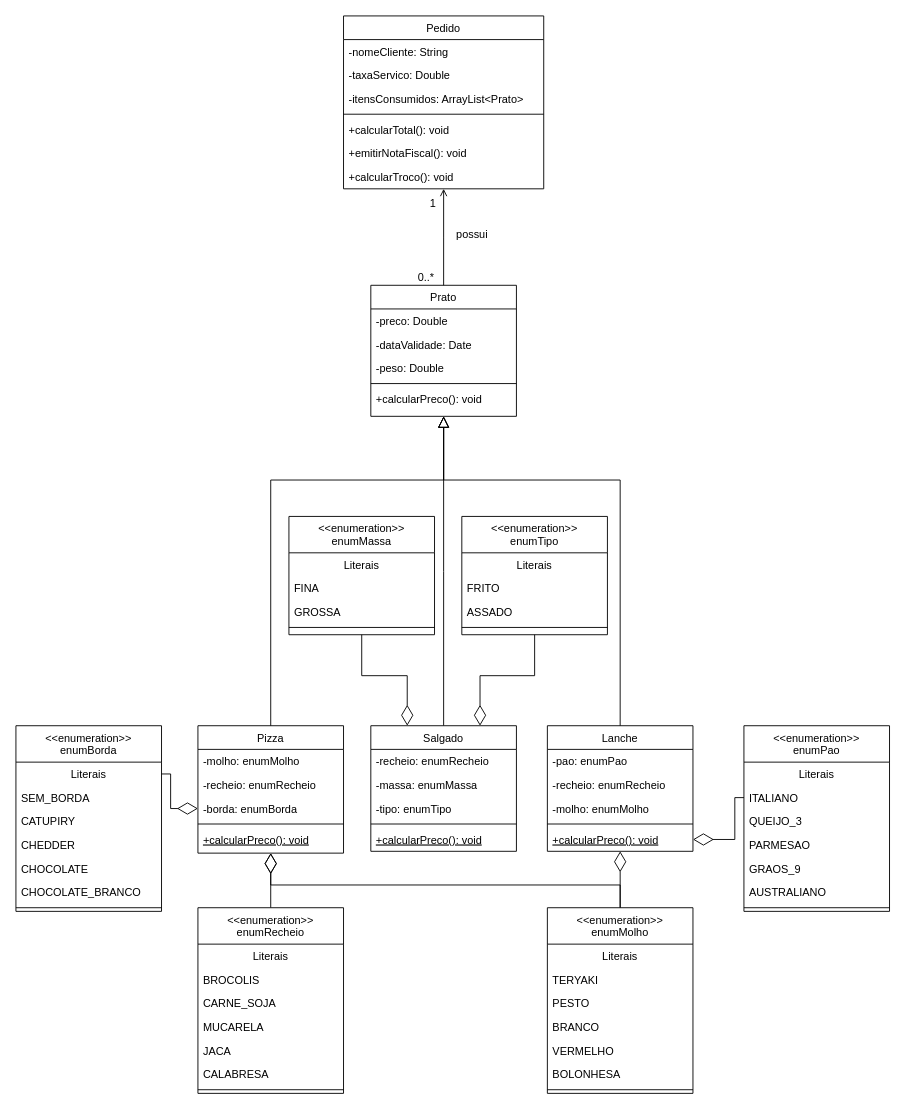
The draw.io diagram c001-java-review/poc-quase-tres-lacnhes.drawio in gabrieIbarboza/ifsp-api-and-microservice, before the edit. Source tidied: cells renumbered, new cells numbered last; positions are measured from the earlier drawing's top-left corner, leaving out a move shared by most shapes. Both pictures are drawn from the tidied source at 91%, with x=0, y=0 at pixel (15, 15).
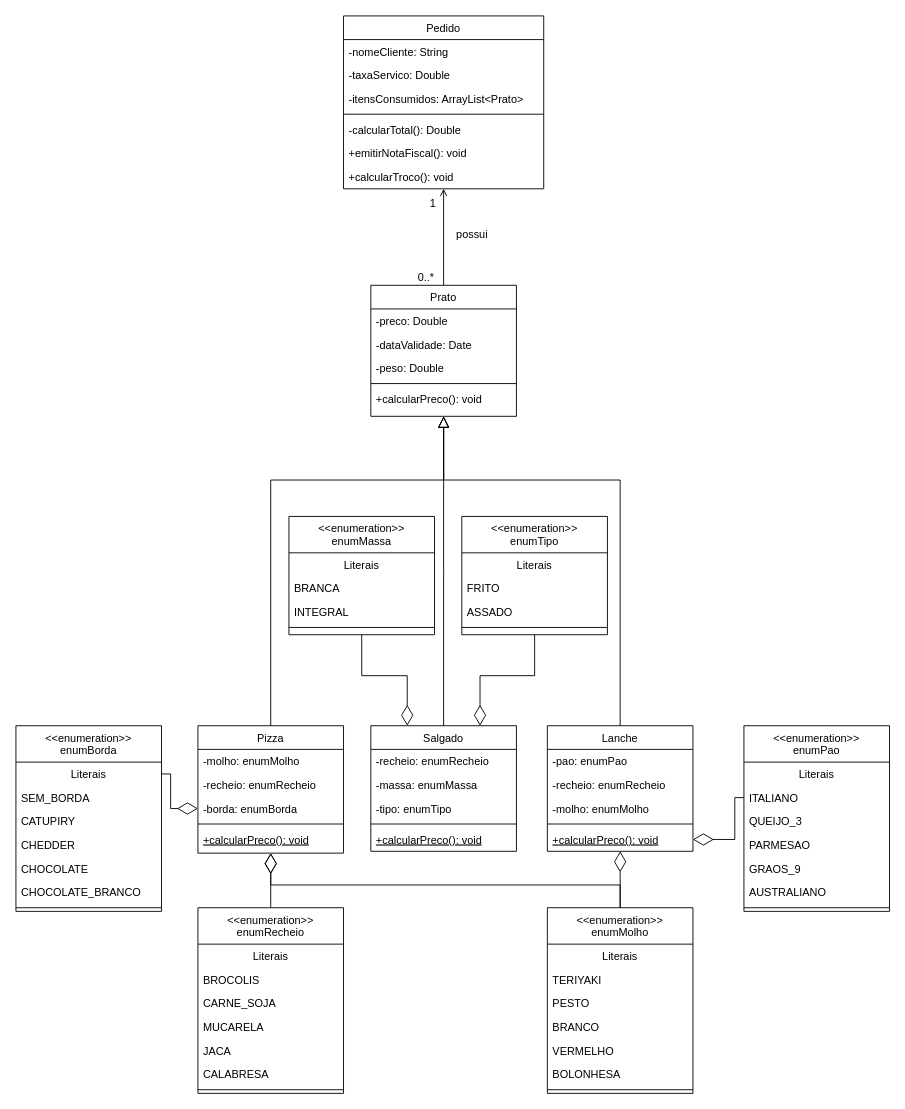
The same diagram, later.

The change refers to these unchanged cells:
```xml
<mxCell id="22" value="Pedido" style="swimlane;fontStyle=0;align=center;verticalAlign=top;horizontal=1;startSize=26;rounded=0;shadow=0;strokeWidth=1;" parent="1" vertex="1">
  <mxGeometry x="360" width="220" height="190" as="geometry" />
</mxCell>
<mxCell id="59" value="&lt;&lt;enumeration&gt;&gt;&#10;enumMolho" style="swimlane;fontStyle=0;align=center;verticalAlign=top;horizontal=1;startSize=40;rounded=0;shadow=0;strokeWidth=1;" parent="1" vertex="1">
  <mxGeometry x="584" y="980" width="160" height="204" as="geometry" />
</mxCell>
<mxCell id="76" value="&lt;&lt;enumeration&gt;&gt;&#10;enumMassa" style="swimlane;fontStyle=0;align=center;verticalAlign=top;horizontal=1;startSize=40;rounded=0;shadow=0;strokeWidth=1;" parent="1" vertex="1">
  <mxGeometry x="300" y="550" width="160" height="130" as="geometry" />
</mxCell>
```

The edit, as a diff of the source:
```diff
@@
-    <mxCell id="27" value="+calcularTotal(): void" style="text;align=left;verticalAlign=top;spacingLeft=4;spacingRight=4;overflow=hidden;" parent="22" vertex="1">
+    <mxCell id="27" value="-calcularTotal(): Double" style="text;align=left;verticalAlign=top;spacingLeft=4;spacingRight=4;overflow=hidden;" parent="22" vertex="1">
       <mxGeometry y="112" width="220" height="26" as="geometry" />
     </mxCell>
@@
-    <mxCell id="61" value="TERYAKI" style="text;align=left;verticalAlign=top;spacingLeft=4;spacingRight=4;overflow=hidden;rounded=0;shadow=0;html=0;" parent="59" vertex="1">
+    <mxCell id="61" value="TERIYAKI" style="text;align=left;verticalAlign=top;spacingLeft=4;spacingRight=4;overflow=hidden;rounded=0;shadow=0;html=0;" parent="59" vertex="1">
       <mxGeometry y="66" width="160" height="26" as="geometry" />
     </mxCell>
@@
-    <mxCell id="78" value="FINA" style="text;align=left;verticalAlign=top;spacingLeft=4;spacingRight=4;overflow=hidden;rounded=0;shadow=0;html=0;" parent="76" vertex="1">
+    <mxCell id="78" value="BRANCA" style="text;align=left;verticalAlign=top;spacingLeft=4;spacingRight=4;overflow=hidden;rounded=0;shadow=0;html=0;" parent="76" vertex="1">
       <mxGeometry y="66" width="160" height="26" as="geometry" />
     </mxCell>
-    <mxCell id="79" value="GROSSA" style="text;align=left;verticalAlign=top;spacingLeft=4;spacingRight=4;overflow=hidden;rounded=0;shadow=0;html=0;" parent="76" vertex="1">
+    <mxCell id="79" value="INTEGRAL" style="text;align=left;verticalAlign=top;spacingLeft=4;spacingRight=4;overflow=hidden;rounded=0;shadow=0;html=0;" parent="76" vertex="1">
       <mxGeometry y="92" width="160" height="26" as="geometry" />
     </mxCell>
```
